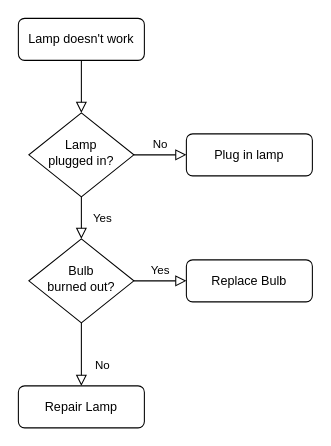
Above: lib/dummyapp.drawio in ChaseCodesThings/dummy_app (draw.io), before the change. Source tidied: cells renumbered, new cells numbered last; positions are measured from the earlier drawing's top-left corner, leaving out a move shared by most shapes. Both pictures are drawn from the tidied source at 105%, with x=0, y=0 at pixel (18, 18).
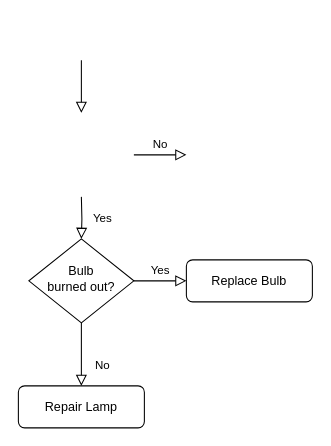
After the change.

Change to the diagram source:
```diff
@@
 <mxGraphModel>
   <root>
     <mxCell id="0" />
     <mxCell id="1" parent="0" />
-    <mxCell id="2" style="rounded=0;html=1;jettySize=auto;fontSize=11;endArrow=block;endFill=0;endSize=8;strokeWidth=1;shadow=0;labelBackgroundColor=none;edgeStyle=orthogonalEdgeStyle;" parent="1" edge="1" source="3" target="6">
-      <mxGeometry relative="1" as="geometry" />
+    <mxCell id="2" style="rounded=0;html=1;jettySize=auto;orthogonalLoop=1;fontSize=11;endArrow=block;endFill=0;endSize=8;strokeWidth=1;shadow=0;labelBackgroundColor=none;edgeStyle=orthogonalEdgeStyle;" parent="1" edge="1">
+      <mxGeometry relative="1" as="geometry">
+        <mxPoint x="60" y="40" as="sourcePoint" />
+        <mxPoint x="60" y="90" as="targetPoint" />
+      </mxGeometry>
     </mxCell>
-    <mxCell id="3" value="Lamp doesn't work" style="rounded=1;whiteSpace=wrap;html=1;fontSize=12;glass=0;strokeWidth=1;shadow=0;" parent="1" vertex="1">
-      <mxGeometry width="120" height="40" as="geometry" />
-    </mxCell>
-    <mxCell id="4" value="Yes" style="rounded=0;html=1;jettySize=auto;fontSize=11;endArrow=block;endFill=0;endSize=8;strokeWidth=1;shadow=0;labelBackgroundColor=none;edgeStyle=orthogonalEdgeStyle;" parent="1" edge="1" source="6" target="10">
-      <mxGeometry y="20" relative="1" as="geometry" />
+    <mxCell id="4" value="Yes" style="rounded=0;html=1;jettySize=auto;fontSize=11;endArrow=block;endFill=0;endSize=8;strokeWidth=1;shadow=0;labelBackgroundColor=none;edgeStyle=orthogonalEdgeStyle;" parent="1" edge="1" target="10">
+      <mxGeometry y="20" relative="1" as="geometry">
+        <mxPoint x="60" y="170" as="sourcePoint" />
+      </mxGeometry>
     </mxCell>
-    <mxCell id="5" value="No" style="edgeStyle=orthogonalEdgeStyle;rounded=0;html=1;jettySize=auto;fontSize=11;endArrow=block;endFill=0;endSize=8;strokeWidth=1;shadow=0;labelBackgroundColor=none;" parent="1" edge="1" source="6" target="7">
-      <mxGeometry y="10" relative="1" as="geometry" />
+    <mxCell id="5" value="No" style="edgeStyle=orthogonalEdgeStyle;rounded=0;html=1;jettySize=auto;orthogonalLoop=1;fontSize=11;endArrow=block;endFill=0;endSize=8;strokeWidth=1;shadow=0;labelBackgroundColor=none;" parent="1" edge="1">
+      <mxGeometry y="10" relative="1" as="geometry">
+        <mxPoint x="110" y="130" as="sourcePoint" />
+        <mxPoint x="160" y="130" as="targetPoint" />
+      </mxGeometry>
     </mxCell>
-    <mxCell id="6" value="Lamp&lt;br&gt;plugged in?" style="rhombus;whiteSpace=wrap;html=1;shadow=0;fontFamily=Helvetica;fontSize=12;align=center;strokeWidth=1;spacing=6;spacingTop=-4;" parent="1" vertex="1">
-      <mxGeometry x="10" y="90" width="100" height="80" as="geometry" />
-    </mxCell>
-    <mxCell id="7" value="Plug in lamp" style="rounded=1;whiteSpace=wrap;html=1;fontSize=12;glass=0;strokeWidth=1;shadow=0;" parent="1" vertex="1">
-      <mxGeometry x="160" y="110" width="120" height="40" as="geometry" />
-    </mxCell>
     <mxCell id="8" value="No" style="rounded=0;html=1;jettySize=auto;fontSize=11;endArrow=block;endFill=0;endSize=8;strokeWidth=1;shadow=0;labelBackgroundColor=none;edgeStyle=orthogonalEdgeStyle;" parent="1" edge="1" source="10" target="11">
       <mxGeometry x="0.33" y="20" relative="1" as="geometry" />
     </mxCell>
     <mxCell id="9" value="Yes" style="edgeStyle=orthogonalEdgeStyle;rounded=0;html=1;jettySize=auto;fontSize=11;endArrow=block;endFill=0;endSize=8;strokeWidth=1;shadow=0;labelBackgroundColor=none;" parent="1" edge="1" source="10" target="12">
       <mxGeometry y="10" relative="1" as="geometry" />
     </mxCell>
     <mxCell id="10" value="Bulb&lt;br&gt;burned out?" style="rhombus;whiteSpace=wrap;html=1;shadow=0;fontFamily=Helvetica;fontSize=12;align=center;strokeWidth=1;spacing=6;spacingTop=-4;" parent="1" vertex="1">
       <mxGeometry x="10" y="210" width="100" height="80" as="geometry" />
     </mxCell>
     <mxCell id="11" value="Repair Lamp" style="rounded=1;whiteSpace=wrap;html=1;fontSize=12;glass=0;strokeWidth=1;shadow=0;" parent="1" vertex="1">
       <mxGeometry y="350" width="120" height="40" as="geometry" />
     </mxCell>
     <mxCell id="12" value="Replace Bulb" style="rounded=1;whiteSpace=wrap;html=1;fontSize=12;glass=0;strokeWidth=1;shadow=0;" parent="1" vertex="1">
       <mxGeometry x="160" y="230" width="120" height="40" as="geometry" />
     </mxCell>
   </root>
 </mxGraphModel>
```
